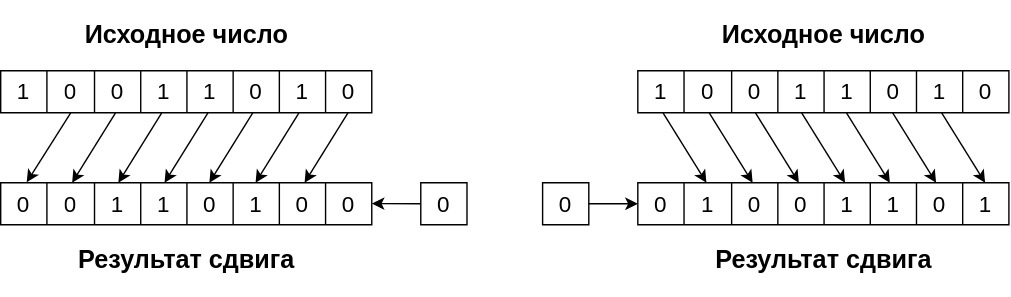
This is .pic/Labs/lab_02_alu/fig_03.drawio.svg from MPSU/APS, a draw.io export, as it was before one commit. Source tidied: cells renumbered, new cells last; positions are measured from the earlier drawing's top-left corner, leaving out a move shared by most shapes.
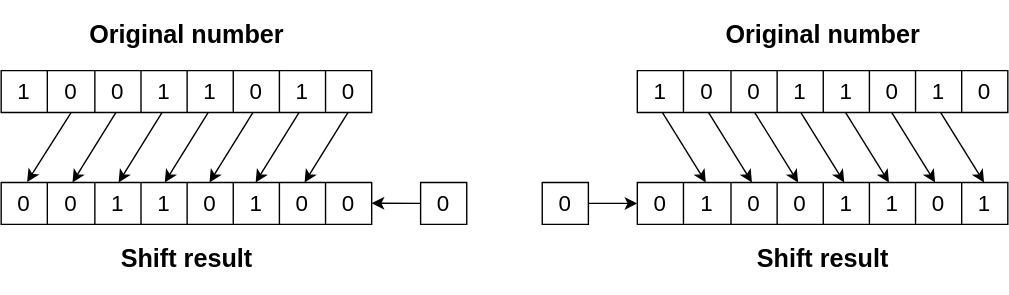
After the commit.

Change to the diagram source:
```diff
@@ -231,16 +231,16 @@
         <mxPoint x="504" y="120" as="targetPoint" />
       </mxGeometry>
     </mxCell>
-    <mxCell id="64" value="&lt;h2&gt;Исходное число&lt;/h2&gt;" style="text;html=1;align=center;verticalAlign=middle;whiteSpace=wrap;rounded=0;" parent="1" vertex="1">
+    <mxCell id="64" value="&lt;h2&gt;Original number&lt;/h2&gt;" style="text;html=1;align=center;verticalAlign=middle;whiteSpace=wrap;rounded=0;" parent="1" vertex="1">
       <mxGeometry x="47.5" width="170" height="30" as="geometry" />
     </mxCell>
-    <mxCell id="65" value="&lt;h2&gt;Результат сдвига&lt;/h2&gt;" style="text;html=1;align=center;verticalAlign=middle;whiteSpace=wrap;rounded=0;" parent="1" vertex="1">
+    <mxCell id="65" value="&lt;h2&gt;Shift result&lt;/h2&gt;" style="text;html=1;align=center;verticalAlign=middle;whiteSpace=wrap;rounded=0;" parent="1" vertex="1">
       <mxGeometry x="47.5" y="160" width="170" height="30" as="geometry" />
     </mxCell>
-    <mxCell id="66" value="&lt;h2&gt;Исходное число&lt;/h2&gt;" style="text;html=1;align=center;verticalAlign=middle;whiteSpace=wrap;rounded=0;" parent="1" vertex="1">
+    <mxCell id="66" value="&lt;h2&gt;Original number&lt;/h2&gt;" style="text;html=1;align=center;verticalAlign=middle;whiteSpace=wrap;rounded=0;" parent="1" vertex="1">
       <mxGeometry x="502.5" width="170" height="30" as="geometry" />
     </mxCell>
-    <mxCell id="67" value="&lt;h2&gt;Результат сдвига&lt;/h2&gt;" style="text;html=1;align=center;verticalAlign=middle;whiteSpace=wrap;rounded=0;" parent="1" vertex="1">
+    <mxCell id="67" value="&lt;h2&gt;Shift result&lt;/h2&gt;" style="text;html=1;align=center;verticalAlign=middle;whiteSpace=wrap;rounded=0;" parent="1" vertex="1">
       <mxGeometry x="502.5" y="160" width="170" height="30" as="geometry" />
     </mxCell>
   </root>
```
